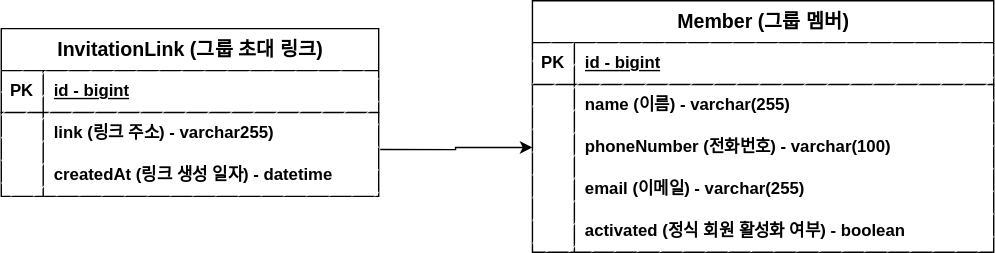
Earlier version of the draw.io export invitation-erd.svg (Jonggae/group-invitation). Source tidied: cells renumbered, new cells last; positions are measured from the earlier drawing's top-left corner, leaving out a move shared by most shapes.
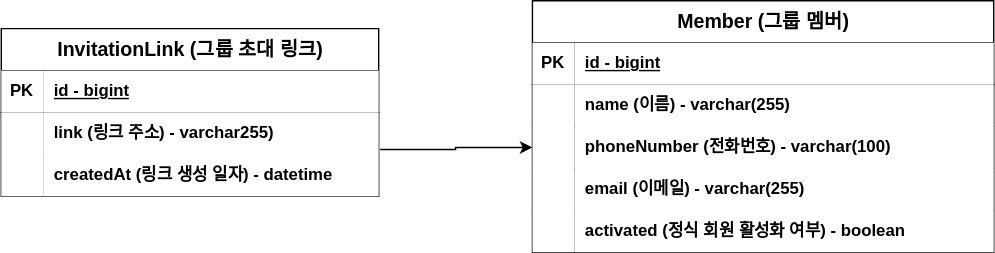
Above is the later version.

Diff of the diagram source:
```diff
@@ -11,28 +11,28 @@
     <mxCell id="4" style="shape=tableRow;horizontal=0;startSize=0;swimlaneHead=0;swimlaneBody=0;fillColor=none;top=0;left=0;right=0;bottom=1;" parent="3" vertex="1">
       <mxGeometry y="30" width="270" height="30" as="geometry" />
     </mxCell>
-    <mxCell id="5" value="PK" style="shape=partialRectangle;fillColor=default;top=0;left=0;bottom=0;right=0;fontStyle=1;overflow=hidden;whiteSpace=wrap;html=1;fillStyle=hatch;" parent="4" vertex="1">
+    <mxCell id="5" value="PK" style="shape=partialRectangle;fillColor=default;top=0;left=0;bottom=0;right=0;fontStyle=1;overflow=hidden;whiteSpace=wrap;html=1;fillStyle=solid;" parent="4" vertex="1">
       <mxGeometry width="30" height="30" as="geometry" />
     </mxCell>
-    <mxCell id="6" value="id - bigint" style="shape=partialRectangle;fillColor=default;top=0;left=0;bottom=0;right=0;align=left;spacingLeft=6;fontStyle=5;overflow=hidden;whiteSpace=wrap;html=1;fillStyle=hatch;" parent="4" vertex="1">
+    <mxCell id="6" value="id - bigint" style="shape=partialRectangle;fillColor=default;top=0;left=0;bottom=0;right=0;align=left;spacingLeft=6;fontStyle=5;overflow=hidden;whiteSpace=wrap;html=1;fillStyle=solid;" parent="4" vertex="1">
       <mxGeometry x="30" width="240" height="30" as="geometry" />
     </mxCell>
     <mxCell id="7" style="shape=tableRow;horizontal=0;startSize=0;swimlaneHead=0;swimlaneBody=0;fillColor=none;top=0;left=0;right=0;bottom=0;" parent="3" vertex="1">
       <mxGeometry y="60" width="270" height="30" as="geometry" />
     </mxCell>
-    <mxCell id="8" style="shape=partialRectangle;fillColor=default;top=0;left=0;bottom=0;right=0;overflow=hidden;whiteSpace=wrap;html=1;fillStyle=hatch;" parent="7" vertex="1">
+    <mxCell id="8" style="shape=partialRectangle;fillColor=default;top=0;left=0;bottom=0;right=0;overflow=hidden;whiteSpace=wrap;html=1;fillStyle=solid;" parent="7" vertex="1">
       <mxGeometry width="30" height="30" as="geometry" />
     </mxCell>
-    <mxCell id="9" value="link (링크 주소) - varchar255)" style="shape=partialRectangle;fillColor=default;top=0;left=0;bottom=0;right=0;align=left;spacingLeft=6;overflow=hidden;whiteSpace=wrap;html=1;fontStyle=1;fillStyle=hatch;" parent="7" vertex="1">
+    <mxCell id="9" value="link (링크 주소) - varchar255)" style="shape=partialRectangle;fillColor=default;top=0;left=0;bottom=0;right=0;align=left;spacingLeft=6;overflow=hidden;whiteSpace=wrap;html=1;fontStyle=1;fillStyle=solid;" parent="7" vertex="1">
       <mxGeometry x="30" width="240" height="30" as="geometry" />
     </mxCell>
     <mxCell id="10" style="shape=tableRow;horizontal=0;startSize=0;swimlaneHead=0;swimlaneBody=0;fillColor=none;points=[[0,0.5],[1,0.5]];portConstraint=eastwest;top=0;left=0;right=0;bottom=0;" parent="3" vertex="1">
       <mxGeometry y="90" width="270" height="30" as="geometry" />
     </mxCell>
-    <mxCell id="11" style="shape=partialRectangle;fillColor=default;top=0;left=0;bottom=0;right=0;overflow=hidden;whiteSpace=wrap;html=1;fillStyle=hatch;" parent="10" vertex="1">
+    <mxCell id="11" style="shape=partialRectangle;fillColor=default;top=0;left=0;bottom=0;right=0;overflow=hidden;whiteSpace=wrap;html=1;fillStyle=solid;" parent="10" vertex="1">
       <mxGeometry width="30" height="30" as="geometry" />
     </mxCell>
-    <mxCell id="12" value="createdAt (링크 생성 일자) - datetime" style="shape=partialRectangle;fillColor=default;top=0;left=0;bottom=0;right=0;align=left;spacingLeft=6;overflow=hidden;whiteSpace=wrap;html=1;fontStyle=1;fillStyle=hatch;" parent="10" vertex="1">
+    <mxCell id="12" value="createdAt (링크 생성 일자) - datetime" style="shape=partialRectangle;fillColor=default;top=0;left=0;bottom=0;right=0;align=left;spacingLeft=6;overflow=hidden;whiteSpace=wrap;html=1;fontStyle=1;fillStyle=solid;" parent="10" vertex="1">
       <mxGeometry x="30" width="240" height="30" as="geometry" />
     </mxCell>
     <mxCell id="13" value="&lt;font style=&quot;font-size: 14px;&quot;&gt;Member (그룹 멤버)&lt;/font&gt;" style="shape=table;startSize=30;rowLines=0;fontStyle=1;align=center;html=1;" parent="1" vertex="1">
@@ -41,46 +41,46 @@
     <mxCell id="14" style="shape=tableRow;horizontal=0;startSize=0;swimlaneHead=0;swimlaneBody=0;fillColor=none;top=0;left=0;right=0;bottom=1;" parent="13" vertex="1">
       <mxGeometry y="30" width="330" height="30" as="geometry" />
     </mxCell>
-    <mxCell id="15" value="PK" style="shape=partialRectangle;fillColor=default;top=0;left=0;bottom=0;right=0;fontStyle=1;overflow=hidden;whiteSpace=wrap;html=1;fillStyle=hatch;" parent="14" vertex="1">
+    <mxCell id="15" value="PK" style="shape=partialRectangle;fillColor=default;top=0;left=0;bottom=0;right=0;fontStyle=1;overflow=hidden;whiteSpace=wrap;html=1;fillStyle=solid;" parent="14" vertex="1">
       <mxGeometry width="30" height="30" as="geometry" />
     </mxCell>
-    <mxCell id="16" value="id - bigint" style="shape=partialRectangle;fillColor=default;top=0;left=0;bottom=0;right=0;align=left;spacingLeft=6;fontStyle=5;overflow=hidden;whiteSpace=wrap;html=1;fillStyle=hatch;" parent="14" vertex="1">
+    <mxCell id="16" value="id - bigint" style="shape=partialRectangle;fillColor=default;top=0;left=0;bottom=0;right=0;align=left;spacingLeft=6;fontStyle=5;overflow=hidden;whiteSpace=wrap;html=1;fillStyle=solid;" parent="14" vertex="1">
       <mxGeometry x="30" width="300" height="30" as="geometry" />
     </mxCell>
     <mxCell id="17" style="shape=tableRow;horizontal=0;startSize=0;swimlaneHead=0;swimlaneBody=0;fillColor=none;top=0;left=0;right=0;bottom=0;" parent="13" vertex="1">
       <mxGeometry y="60" width="330" height="30" as="geometry" />
     </mxCell>
-    <mxCell id="18" style="shape=partialRectangle;fillColor=default;top=0;left=0;bottom=0;right=0;overflow=hidden;whiteSpace=wrap;html=1;fillStyle=hatch;" parent="17" vertex="1">
+    <mxCell id="18" style="shape=partialRectangle;fillColor=default;top=0;left=0;bottom=0;right=0;overflow=hidden;whiteSpace=wrap;html=1;fillStyle=solid;" parent="17" vertex="1">
       <mxGeometry width="30" height="30" as="geometry" />
     </mxCell>
-    <mxCell id="19" value="name (이름) - varchar(255)" style="shape=partialRectangle;fillColor=default;top=0;left=0;bottom=0;right=0;align=left;spacingLeft=6;overflow=hidden;whiteSpace=wrap;html=1;fontStyle=1;fillStyle=hatch;" parent="17" vertex="1">
+    <mxCell id="19" value="name (이름) - varchar(255)" style="shape=partialRectangle;fillColor=default;top=0;left=0;bottom=0;right=0;align=left;spacingLeft=6;overflow=hidden;whiteSpace=wrap;html=1;fontStyle=1;fillStyle=solid;" parent="17" vertex="1">
       <mxGeometry x="30" width="300" height="30" as="geometry" />
     </mxCell>
     <mxCell id="20" style="shape=tableRow;horizontal=0;startSize=0;swimlaneHead=0;swimlaneBody=0;fillColor=none;points=[[0,0.5],[1,0.5]];portConstraint=eastwest;top=0;left=0;right=0;bottom=0;" parent="13" vertex="1">
       <mxGeometry y="90" width="330" height="30" as="geometry" />
     </mxCell>
-    <mxCell id="21" style="shape=partialRectangle;fillColor=default;top=0;left=0;bottom=0;right=0;overflow=hidden;whiteSpace=wrap;html=1;fillStyle=hatch;" parent="20" vertex="1">
+    <mxCell id="21" style="shape=partialRectangle;fillColor=default;top=0;left=0;bottom=0;right=0;overflow=hidden;whiteSpace=wrap;html=1;fillStyle=solid;" parent="20" vertex="1">
       <mxGeometry width="30" height="30" as="geometry" />
     </mxCell>
-    <mxCell id="22" value="&lt;b&gt;phoneNumber (전화번호) - varchar(100)&lt;/b&gt;" style="shape=partialRectangle;fillColor=default;top=0;left=0;bottom=0;right=0;align=left;spacingLeft=6;overflow=hidden;whiteSpace=wrap;html=1;fillStyle=hatch;" parent="20" vertex="1">
+    <mxCell id="22" value="&lt;b&gt;phoneNumber (전화번호) - varchar(100)&lt;/b&gt;" style="shape=partialRectangle;fillColor=default;top=0;left=0;bottom=0;right=0;align=left;spacingLeft=6;overflow=hidden;whiteSpace=wrap;html=1;fillStyle=solid;" parent="20" vertex="1">
       <mxGeometry x="30" width="300" height="30" as="geometry" />
     </mxCell>
     <mxCell id="23" style="shape=tableRow;horizontal=0;startSize=0;swimlaneHead=0;swimlaneBody=0;fillColor=none;top=0;left=0;right=0;bottom=0;" parent="13" vertex="1">
       <mxGeometry y="120" width="330" height="30" as="geometry" />
     </mxCell>
-    <mxCell id="24" style="shape=partialRectangle;fillColor=default;top=0;left=0;bottom=0;right=0;overflow=hidden;whiteSpace=wrap;html=1;fillStyle=hatch;" parent="23" vertex="1">
+    <mxCell id="24" style="shape=partialRectangle;fillColor=default;top=0;left=0;bottom=0;right=0;overflow=hidden;whiteSpace=wrap;html=1;fillStyle=solid;" parent="23" vertex="1">
       <mxGeometry width="30" height="30" as="geometry" />
     </mxCell>
-    <mxCell id="25" value="email (이메일) - varchar(255)" style="shape=partialRectangle;fillColor=default;top=0;left=0;bottom=0;right=0;align=left;spacingLeft=6;overflow=hidden;whiteSpace=wrap;html=1;fontStyle=1;fillStyle=hatch;" parent="23" vertex="1">
+    <mxCell id="25" value="email (이메일) - varchar(255)" style="shape=partialRectangle;fillColor=default;top=0;left=0;bottom=0;right=0;align=left;spacingLeft=6;overflow=hidden;whiteSpace=wrap;html=1;fontStyle=1;fillStyle=solid;" parent="23" vertex="1">
       <mxGeometry x="30" width="300" height="30" as="geometry" />
     </mxCell>
     <mxCell id="26" style="shape=tableRow;horizontal=0;startSize=0;swimlaneHead=0;swimlaneBody=0;fillColor=none;top=0;left=0;right=0;bottom=0;" parent="13" vertex="1">
       <mxGeometry y="150" width="330" height="30" as="geometry" />
     </mxCell>
-    <mxCell id="27" style="shape=partialRectangle;fillColor=default;top=0;left=0;bottom=0;right=0;overflow=hidden;whiteSpace=wrap;html=1;fillStyle=hatch;" parent="26" vertex="1">
+    <mxCell id="27" style="shape=partialRectangle;fillColor=default;top=0;left=0;bottom=0;right=0;overflow=hidden;whiteSpace=wrap;html=1;fillStyle=solid;" parent="26" vertex="1">
       <mxGeometry width="30" height="30" as="geometry" />
     </mxCell>
-    <mxCell id="28" value="activated (정식 회원 활성화 여부) - boolean" style="shape=partialRectangle;fillColor=default;top=0;left=0;bottom=0;right=0;align=left;spacingLeft=6;overflow=hidden;whiteSpace=wrap;html=1;fontStyle=1;fillStyle=hatch;" parent="26" vertex="1">
+    <mxCell id="28" value="activated (정식 회원 활성화 여부) - boolean" style="shape=partialRectangle;fillColor=default;top=0;left=0;bottom=0;right=0;align=left;spacingLeft=6;overflow=hidden;whiteSpace=wrap;html=1;fontStyle=1;fillStyle=solid;" parent="26" vertex="1">
       <mxGeometry x="30" width="300" height="30" as="geometry" />
     </mxCell>
   </root>
```
